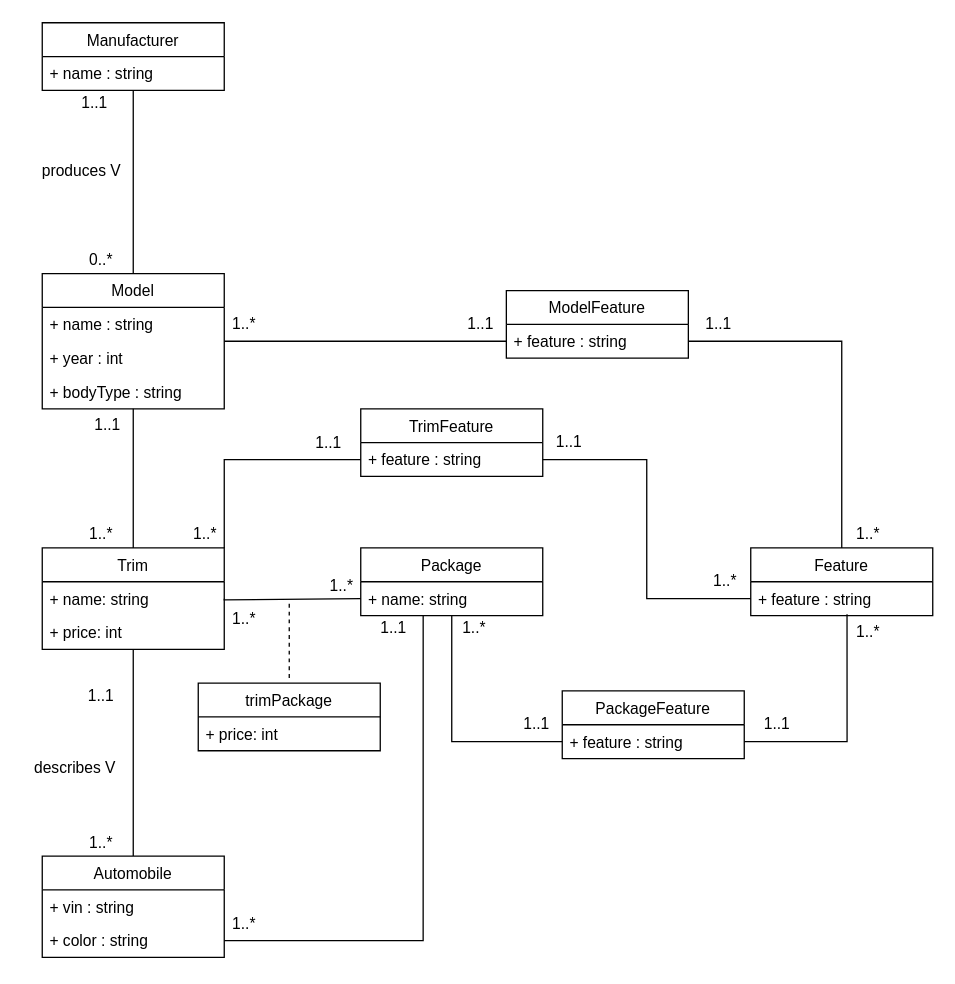
Above: page "UML" (1 of 2) of Project 2.drawio in AnthraciteData/CECS-323- (draw.io), before the change. Source tidied: cells renumbered, new cells numbered last; positions are measured from the earlier drawing's top-left corner, leaving out a move shared by most shapes. Both pictures are drawn from the tidied source at 130%, with x=0, y=0 at pixel (22, 22).
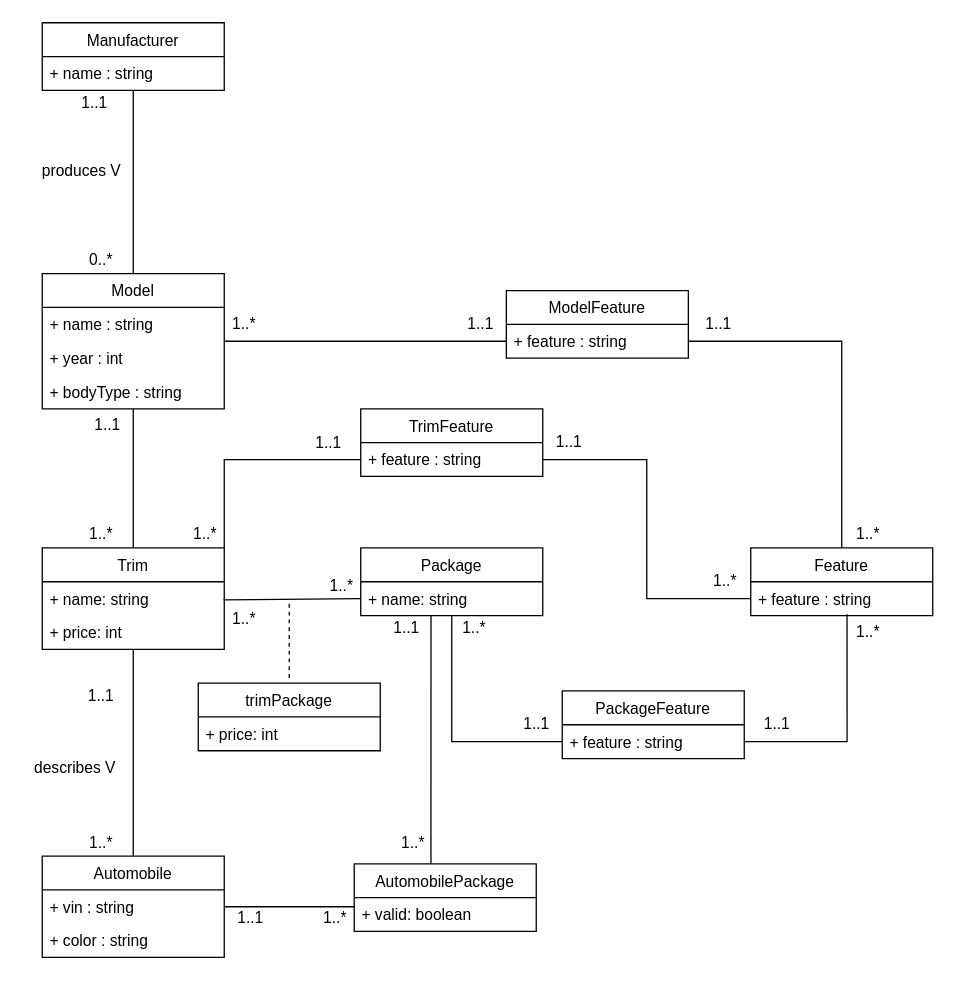
The same page after the edit.

Unchanged cells that the change refers to:
```xml
<mxCell id="3" value="+ vin : string" style="text;strokeColor=none;fillColor=none;align=left;verticalAlign=top;spacingLeft=4;spacingRight=4;overflow=hidden;points=[[0,0.5],[1,0.5]];portConstraint=eastwest;" parent="2" vertex="1">
  <mxGeometry y="26" width="140" height="26" as="geometry" />
</mxCell>
<mxCell id="4" value="+ color : string" style="text;strokeColor=none;fillColor=none;align=left;verticalAlign=top;spacingLeft=4;spacingRight=4;overflow=hidden;points=[[0,0.5],[1,0.5]];portConstraint=eastwest;" parent="2" vertex="1">
  <mxGeometry y="52" width="140" height="26" as="geometry" />
</mxCell>
<mxCell id="26" value="+ name: string" style="text;strokeColor=none;fillColor=none;align=left;verticalAlign=top;spacingLeft=4;spacingRight=4;overflow=hidden;points=[[0,0.5],[1,0.5]];portConstraint=eastwest;" parent="25" vertex="1">
  <mxGeometry y="26" width="140" height="26" as="geometry" />
</mxCell>
```

What changed in the source:
```diff
@@
-    <mxCell id="59" value="1..1" style="text;html=1;align=center;verticalAlign=middle;strokeColor=none;fillColor=none;" parent="1" vertex="1">
-      <mxGeometry x="265" y="456" width="40" height="20" as="geometry" />
-    </mxCell>
-    <mxCell id="60" value="1..*" style="text;html=1;align=center;verticalAlign=middle;strokeColor=none;fillColor=none;" parent="1" vertex="1">
-      <mxGeometry x="155" y="684" width="30" height="20" as="geometry" />
-    </mxCell>
-    <mxCell id="61" style="edgeStyle=orthogonalEdgeStyle;rounded=0;jettySize=auto;html=1;exitX=1;exitY=0.5;exitDx=0;exitDy=0;entryX=0.343;entryY=1;entryDx=0;entryDy=0;entryPerimeter=0;endArrow=none;endFill=0;" parent="1" edge="1" source="4" target="26">
-      <mxGeometry relative="1" as="geometry" />
-    </mxCell>
+    <mxCell id="62" style="edgeStyle=orthogonalEdgeStyle;rounded=0;jettySize=auto;html=1;entryX=0.386;entryY=1;entryDx=0;entryDy=0;entryPerimeter=0;endArrow=none;endFill=0;" parent="1" edge="1" source="63" target="26">
+      <mxGeometry relative="1" as="geometry">
+        <Array as="points">
+          <mxPoint x="314" y="594" />
+          <mxPoint x="314" y="594" />
+        </Array>
+      </mxGeometry>
+    </mxCell>
+    <mxCell id="63" value="AutomobilePackage" style="swimlane;fontStyle=0;horizontal=1;startSize=26;fillColor=none;" parent="1" vertex="1">
+      <mxGeometry x="255" y="647" width="140" height="52" as="geometry" />
+    </mxCell>
+    <mxCell id="64" value="+ valid: boolean" style="text;strokeColor=none;fillColor=none;align=left;verticalAlign=top;spacingLeft=4;spacingRight=4;overflow=hidden;points=[[0,0.5],[1,0.5]];portConstraint=eastwest;" parent="63" vertex="1">
+      <mxGeometry y="26" width="140" height="26" as="geometry" />
+    </mxCell>
+    <mxCell id="65" style="edgeStyle=orthogonalEdgeStyle;rounded=0;jettySize=auto;html=1;entryX=0;entryY=0.269;entryDx=0;entryDy=0;entryPerimeter=0;endArrow=none;endFill=0;" parent="1" edge="1" source="3" target="64">
+      <mxGeometry relative="1" as="geometry" />
+    </mxCell>
+    <mxCell id="66" value="1..1" style="text;html=1;align=center;verticalAlign=middle;strokeColor=none;fillColor=none;" parent="1" vertex="1">
+      <mxGeometry x="155" y="679" width="40" height="20" as="geometry" />
+    </mxCell>
+    <mxCell id="67" value="1..1" style="text;html=1;align=center;verticalAlign=middle;strokeColor=none;fillColor=none;" parent="1" vertex="1">
+      <mxGeometry x="275" y="456" width="40" height="20" as="geometry" />
+    </mxCell>
+    <mxCell id="68" value="1..*" style="text;html=1;align=center;verticalAlign=middle;strokeColor=none;fillColor=none;" parent="1" vertex="1">
+      <mxGeometry x="225" y="679" width="30" height="20" as="geometry" />
+    </mxCell>
+    <mxCell id="69" value="1..*" style="text;html=1;align=center;verticalAlign=middle;strokeColor=none;fillColor=none;" parent="1" vertex="1">
+      <mxGeometry x="285" y="621" width="30" height="20" as="geometry" />
+    </mxCell>
```
